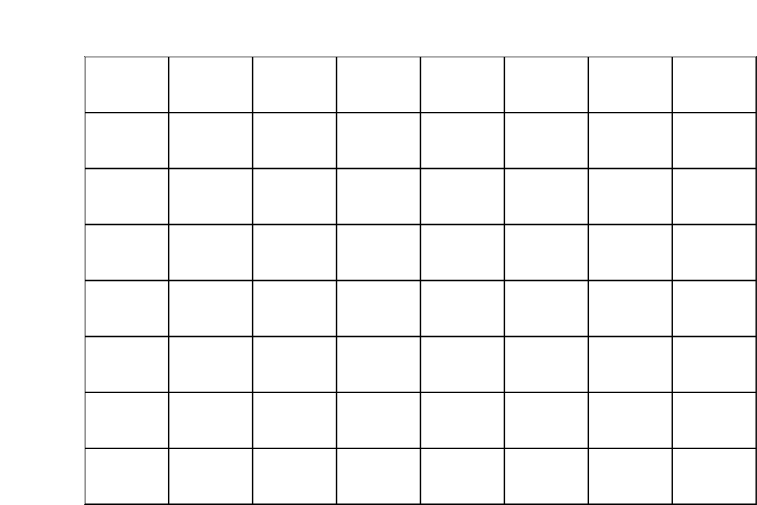
Earlier version of the draw.io export Processamento de Imagens - Atividades do dia 2022-06-09-b.svg (mdmundo/diagrams). Source tidied: cells renumbered, new cells last; positions are measured from the earlier drawing's top-left corner, leaving out a move shared by most shapes.
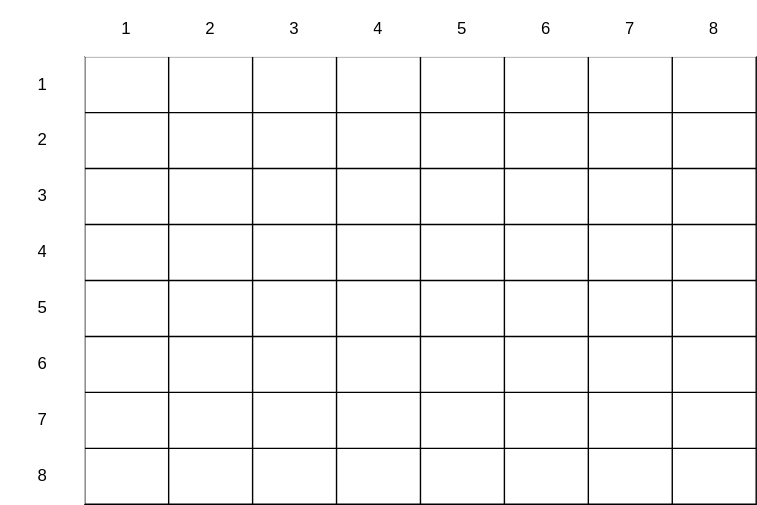
Later version of the same file.

The edit, as a diff of the source:
```diff
@@ -224,31 +224,31 @@
     <mxCell id="75" style="shape=table;startSize=0;strokeColor=none;strokeWidth=1;fillColor=default;" parent="1" vertex="1">
       <mxGeometry x="60" width="480" height="40" as="geometry" />
     </mxCell>
-    <mxCell id="76" style="shape=tableRow;horizontal=0;startSize=0;swimlaneHead=0;swimlaneBody=0;top=0;left=0;bottom=0;right=0;fillColor=none;strokeColor=none;strokeWidth=1;" parent="75" vertex="1">
+    <mxCell id="76" style="shape=tableRow;horizontal=0;startSize=0;swimlaneHead=0;swimlaneBody=0;top=0;left=0;bottom=0;right=0;fillColor=default;strokeColor=none;strokeWidth=1;" parent="75" vertex="1">
       <mxGeometry width="480" height="40" as="geometry" />
     </mxCell>
-    <mxCell id="77" style="shape=partialRectangle;html=1;whiteSpace=wrap;overflow=hidden;fillColor=none;top=0;left=0;bottom=0;right=0;strokeColor=none;strokeWidth=1;" parent="76" vertex="1">
+    <mxCell id="77" value="1" style="shape=partialRectangle;html=1;whiteSpace=wrap;overflow=hidden;fillColor=default;top=0;left=0;bottom=0;right=0;strokeColor=none;strokeWidth=1;" parent="76" vertex="1">
       <mxGeometry width="60" height="40" as="geometry" />
     </mxCell>
-    <mxCell id="78" style="shape=partialRectangle;html=1;whiteSpace=wrap;overflow=hidden;fillColor=none;top=0;left=0;bottom=0;right=0;strokeColor=none;strokeWidth=1;" parent="76" vertex="1">
+    <mxCell id="78" value="2" style="shape=partialRectangle;html=1;whiteSpace=wrap;overflow=hidden;fillColor=default;top=0;left=0;bottom=0;right=0;strokeColor=none;strokeWidth=1;" parent="76" vertex="1">
       <mxGeometry x="60" width="60" height="40" as="geometry" />
     </mxCell>
-    <mxCell id="79" style="shape=partialRectangle;html=1;whiteSpace=wrap;overflow=hidden;fillColor=none;top=0;left=0;bottom=0;right=0;strokeColor=none;strokeWidth=1;" parent="76" vertex="1">
+    <mxCell id="79" value="3" style="shape=partialRectangle;html=1;whiteSpace=wrap;overflow=hidden;fillColor=default;top=0;left=0;bottom=0;right=0;strokeColor=none;strokeWidth=1;" parent="76" vertex="1">
       <mxGeometry x="120" width="60" height="40" as="geometry" />
     </mxCell>
-    <mxCell id="80" style="shape=partialRectangle;html=1;whiteSpace=wrap;overflow=hidden;fillColor=none;top=0;left=0;bottom=0;right=0;strokeColor=none;strokeWidth=1;" parent="76" vertex="1">
+    <mxCell id="80" value="4" style="shape=partialRectangle;html=1;whiteSpace=wrap;overflow=hidden;fillColor=default;top=0;left=0;bottom=0;right=0;strokeColor=none;strokeWidth=1;" parent="76" vertex="1">
       <mxGeometry x="180" width="60" height="40" as="geometry" />
     </mxCell>
-    <mxCell id="81" style="shape=partialRectangle;html=1;whiteSpace=wrap;overflow=hidden;fillColor=none;top=0;left=0;bottom=0;right=0;strokeColor=none;strokeWidth=1;" parent="76" vertex="1">
+    <mxCell id="81" value="5" style="shape=partialRectangle;html=1;whiteSpace=wrap;overflow=hidden;fillColor=default;top=0;left=0;bottom=0;right=0;strokeColor=none;strokeWidth=1;" parent="76" vertex="1">
       <mxGeometry x="240" width="60" height="40" as="geometry" />
     </mxCell>
-    <mxCell id="82" style="shape=partialRectangle;html=1;whiteSpace=wrap;overflow=hidden;fillColor=none;top=0;left=0;bottom=0;right=0;strokeColor=none;strokeWidth=1;" parent="76" vertex="1">
+    <mxCell id="82" value="6" style="shape=partialRectangle;html=1;whiteSpace=wrap;overflow=hidden;fillColor=default;top=0;left=0;bottom=0;right=0;strokeColor=none;strokeWidth=1;" parent="76" vertex="1">
       <mxGeometry x="300" width="60" height="40" as="geometry" />
     </mxCell>
-    <mxCell id="83" style="shape=partialRectangle;html=1;whiteSpace=wrap;overflow=hidden;fillColor=none;top=0;left=0;bottom=0;right=0;strokeColor=none;strokeWidth=1;" parent="76" vertex="1">
+    <mxCell id="83" value="7" style="shape=partialRectangle;html=1;whiteSpace=wrap;overflow=hidden;fillColor=default;top=0;left=0;bottom=0;right=0;strokeColor=none;strokeWidth=1;" parent="76" vertex="1">
       <mxGeometry x="360" width="60" height="40" as="geometry" />
     </mxCell>
-    <mxCell id="84" style="shape=partialRectangle;html=1;whiteSpace=wrap;overflow=hidden;fillColor=none;top=0;left=0;bottom=0;right=0;strokeColor=none;strokeWidth=1;" parent="76" vertex="1">
+    <mxCell id="84" value="8" style="shape=partialRectangle;html=1;whiteSpace=wrap;overflow=hidden;fillColor=default;top=0;left=0;bottom=0;right=0;strokeColor=none;strokeWidth=1;" parent="76" vertex="1">
       <mxGeometry x="420" width="60" height="40" as="geometry" />
     </mxCell>
     <mxCell id="85" style="shape=table;startSize=0;strokeColor=none;strokeWidth=1;fillColor=default;" parent="1" vertex="1">
@@ -257,49 +257,49 @@
     <mxCell id="86" style="shape=tableRow;horizontal=0;startSize=0;swimlaneHead=0;swimlaneBody=0;top=0;left=0;bottom=0;right=0;fillColor=none;strokeColor=none;strokeWidth=1;" parent="85" vertex="1">
       <mxGeometry width="60" height="40" as="geometry" />
     </mxCell>
-    <mxCell id="87" style="shape=partialRectangle;html=1;whiteSpace=wrap;overflow=hidden;fillColor=none;top=0;left=0;bottom=0;right=0;strokeColor=none;strokeWidth=1;" parent="86" vertex="1">
+    <mxCell id="87" value="1" style="shape=partialRectangle;html=1;whiteSpace=wrap;overflow=hidden;fillColor=none;top=0;left=0;bottom=0;right=0;strokeColor=none;strokeWidth=1;" parent="86" vertex="1">
       <mxGeometry width="60" height="40" as="geometry" />
     </mxCell>
     <mxCell id="88" style="shape=tableRow;horizontal=0;startSize=0;swimlaneHead=0;swimlaneBody=0;top=0;left=0;bottom=0;right=0;fillColor=none;strokeColor=none;strokeWidth=1;" parent="85" vertex="1">
       <mxGeometry y="40" width="60" height="40" as="geometry" />
     </mxCell>
-    <mxCell id="89" style="shape=partialRectangle;html=1;whiteSpace=wrap;overflow=hidden;fillColor=none;top=0;left=0;bottom=0;right=0;strokeColor=none;strokeWidth=1;" parent="88" vertex="1">
+    <mxCell id="89" value="2" style="shape=partialRectangle;html=1;whiteSpace=wrap;overflow=hidden;fillColor=none;top=0;left=0;bottom=0;right=0;strokeColor=none;strokeWidth=1;" parent="88" vertex="1">
       <mxGeometry width="60" height="40" as="geometry" />
     </mxCell>
     <mxCell id="90" style="shape=tableRow;horizontal=0;startSize=0;swimlaneHead=0;swimlaneBody=0;top=0;left=0;bottom=0;right=0;fillColor=none;strokeColor=none;strokeWidth=1;" parent="85" vertex="1">
       <mxGeometry y="80" width="60" height="40" as="geometry" />
     </mxCell>
-    <mxCell id="91" style="shape=partialRectangle;html=1;whiteSpace=wrap;overflow=hidden;fillColor=none;top=0;left=0;bottom=0;right=0;strokeColor=none;strokeWidth=1;" parent="90" vertex="1">
+    <mxCell id="91" value="3" style="shape=partialRectangle;html=1;whiteSpace=wrap;overflow=hidden;fillColor=none;top=0;left=0;bottom=0;right=0;strokeColor=none;strokeWidth=1;" parent="90" vertex="1">
       <mxGeometry width="60" height="40" as="geometry" />
     </mxCell>
     <mxCell id="92" style="shape=tableRow;horizontal=0;startSize=0;swimlaneHead=0;swimlaneBody=0;top=0;left=0;bottom=0;right=0;fillColor=none;strokeColor=none;strokeWidth=1;" parent="85" vertex="1">
       <mxGeometry y="120" width="60" height="40" as="geometry" />
     </mxCell>
-    <mxCell id="93" style="shape=partialRectangle;html=1;whiteSpace=wrap;overflow=hidden;fillColor=none;top=0;left=0;bottom=0;right=0;strokeColor=none;strokeWidth=1;" parent="92" vertex="1">
+    <mxCell id="93" value="4" style="shape=partialRectangle;html=1;whiteSpace=wrap;overflow=hidden;fillColor=none;top=0;left=0;bottom=0;right=0;strokeColor=none;strokeWidth=1;" parent="92" vertex="1">
       <mxGeometry width="60" height="40" as="geometry" />
     </mxCell>
     <mxCell id="94" style="shape=tableRow;horizontal=0;startSize=0;swimlaneHead=0;swimlaneBody=0;top=0;left=0;bottom=0;right=0;fillColor=none;strokeColor=none;strokeWidth=1;" parent="85" vertex="1">
       <mxGeometry y="160" width="60" height="40" as="geometry" />
     </mxCell>
-    <mxCell id="95" style="shape=partialRectangle;html=1;whiteSpace=wrap;overflow=hidden;fillColor=none;top=0;left=0;bottom=0;right=0;strokeColor=none;strokeWidth=1;" parent="94" vertex="1">
+    <mxCell id="95" value="5" style="shape=partialRectangle;html=1;whiteSpace=wrap;overflow=hidden;fillColor=none;top=0;left=0;bottom=0;right=0;strokeColor=none;strokeWidth=1;" parent="94" vertex="1">
       <mxGeometry width="60" height="40" as="geometry" />
     </mxCell>
     <mxCell id="96" style="shape=tableRow;horizontal=0;startSize=0;swimlaneHead=0;swimlaneBody=0;top=0;left=0;bottom=0;right=0;fillColor=none;strokeColor=none;strokeWidth=1;" parent="85" vertex="1">
       <mxGeometry y="200" width="60" height="40" as="geometry" />
     </mxCell>
-    <mxCell id="97" style="shape=partialRectangle;html=1;whiteSpace=wrap;overflow=hidden;fillColor=none;top=0;left=0;bottom=0;right=0;strokeColor=none;strokeWidth=1;" parent="96" vertex="1">
+    <mxCell id="97" value="6" style="shape=partialRectangle;html=1;whiteSpace=wrap;overflow=hidden;fillColor=none;top=0;left=0;bottom=0;right=0;strokeColor=none;strokeWidth=1;" parent="96" vertex="1">
       <mxGeometry width="60" height="40" as="geometry" />
     </mxCell>
     <mxCell id="98" style="shape=tableRow;horizontal=0;startSize=0;swimlaneHead=0;swimlaneBody=0;top=0;left=0;bottom=0;right=0;fillColor=none;strokeColor=none;strokeWidth=1;" parent="85" vertex="1">
       <mxGeometry y="240" width="60" height="40" as="geometry" />
     </mxCell>
-    <mxCell id="99" style="shape=partialRectangle;html=1;whiteSpace=wrap;overflow=hidden;fillColor=none;top=0;left=0;bottom=0;right=0;strokeColor=none;strokeWidth=1;" parent="98" vertex="1">
+    <mxCell id="99" value="7" style="shape=partialRectangle;html=1;whiteSpace=wrap;overflow=hidden;fillColor=none;top=0;left=0;bottom=0;right=0;strokeColor=none;strokeWidth=1;" parent="98" vertex="1">
       <mxGeometry width="60" height="40" as="geometry" />
     </mxCell>
     <mxCell id="100" style="shape=tableRow;horizontal=0;startSize=0;swimlaneHead=0;swimlaneBody=0;top=0;left=0;bottom=0;right=0;fillColor=none;strokeColor=none;strokeWidth=1;" parent="85" vertex="1">
       <mxGeometry y="280" width="60" height="40" as="geometry" />
     </mxCell>
-    <mxCell id="101" style="shape=partialRectangle;html=1;whiteSpace=wrap;overflow=hidden;fillColor=none;top=0;left=0;bottom=0;right=0;strokeColor=none;strokeWidth=1;" parent="100" vertex="1">
+    <mxCell id="101" value="8" style="shape=partialRectangle;html=1;whiteSpace=wrap;overflow=hidden;fillColor=none;top=0;left=0;bottom=0;right=0;strokeColor=none;strokeWidth=1;" parent="100" vertex="1">
       <mxGeometry width="60" height="40" as="geometry" />
     </mxCell>
   </root>
```
